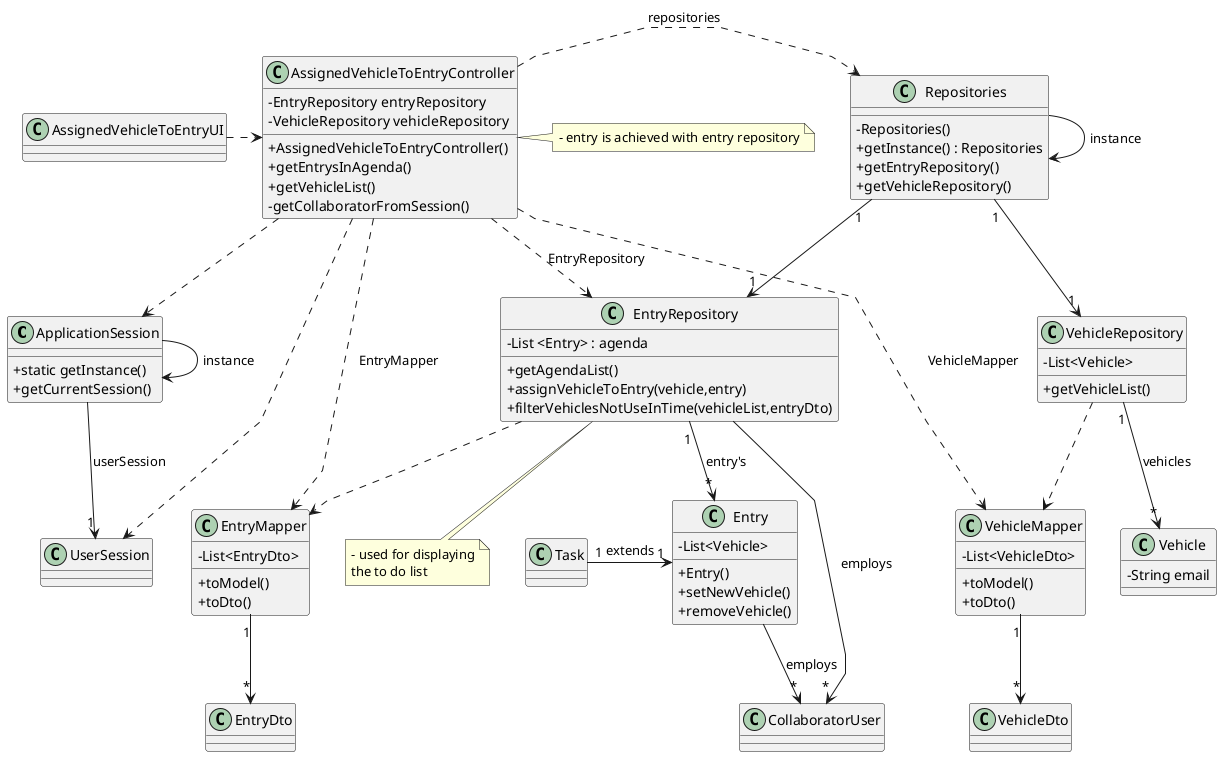
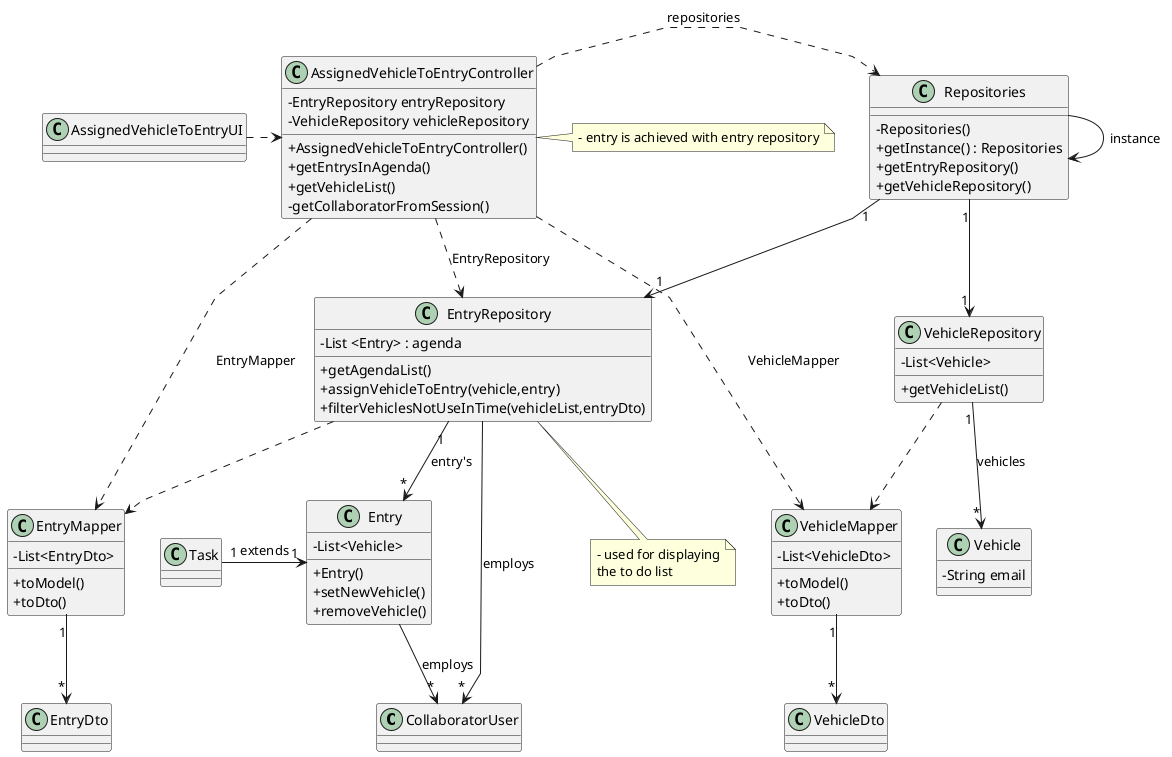
@startuml
'skinparam monochrome true
skinparam packageStyle rectangle
skinparam shadowing false
skinparam linetype polyline
'skinparam linetype orto

skinparam classAttributeIconSize 0

'left to right direction

- class ApplicationSession{
-     + static getInstance()
-     + getCurrentSession()
- }
- 
- class UserSession{
- }

class CollaboratorUser {
}


class Entry {
    - List<Vehicle>
    + Entry()
    + setNewVehicle()
    + removeVehicle()
}

class Task{
}


class EntryRepository {
    - List <Entry> : agenda

    + getAgendaList()
    + assignVehicleToEntry(vehicle,entry)
    + filterVehiclesNotUseInTime(vehicleList,entryDto)
}

class VehicleRepository{
    - List<Vehicle>

    + getVehicleList()
}

class Vehicle {
    - String email
}


class Repositories {
    - Repositories()
    + getInstance() : Repositories
    + getEntryRepository()
    + getVehicleRepository()
}

class AssignedVehicleToEntryController {
    - EntryRepository entryRepository
    - VehicleRepository vehicleRepository
    + AssignedVehicleToEntryController()
    + getEntrysInAgenda()
    + getVehicleList()
    - getCollaboratorFromSession()
}

class EntryMapper{
    - List<EntryDto>
    + toModel()
    + toDto()
}

class EntryDto{
}

class VehicleMapper{
    - List<VehicleDto>
    + toModel()
    + toDto()
}

class VehicleDto{
}


note right of AssignedVehicleToEntryController
    - entry is achieved with entry repository
end note

note bottom of EntryRepository
    - used for displaying
    the to do list
end note

class AssignedVehicleToEntryUI {
}

Repositories -> Repositories : instance
- ApplicationSession -> ApplicationSession : instance
+ 

AssignedVehicleToEntryUI .> AssignedVehicleToEntryController

AssignedVehicleToEntryController .> Repositories : repositories
Repositories "1" --> "1" EntryRepository
Repositories "1" --> "1" VehicleRepository

AssignedVehicleToEntryController ..> EntryRepository : EntryRepository
AssignedVehicleToEntryController ..> EntryMapper : EntryMapper
AssignedVehicleToEntryController ..> VehicleMapper : VehicleMapper

EntryMapper "1" --> "*" EntryDto

VehicleRepository "1" --> "*" Vehicle : vehicles

- ApplicationSession --> "1" UserSession : userSession
- AssignedVehicleToEntryController ..> ApplicationSession
- AssignedVehicleToEntryController ..> UserSession
EntryRepository "1" --> "*" Entry : entry's
EntryRepository --> "*" CollaboratorUser : employs
EntryRepository ..> EntryMapper
VehicleRepository ..> VehicleMapper

VehicleMapper "1" --> "*" VehicleDto

Entry --> "*" CollaboratorUser : employs
Task "1" -> "1" Entry : extends


@enduml